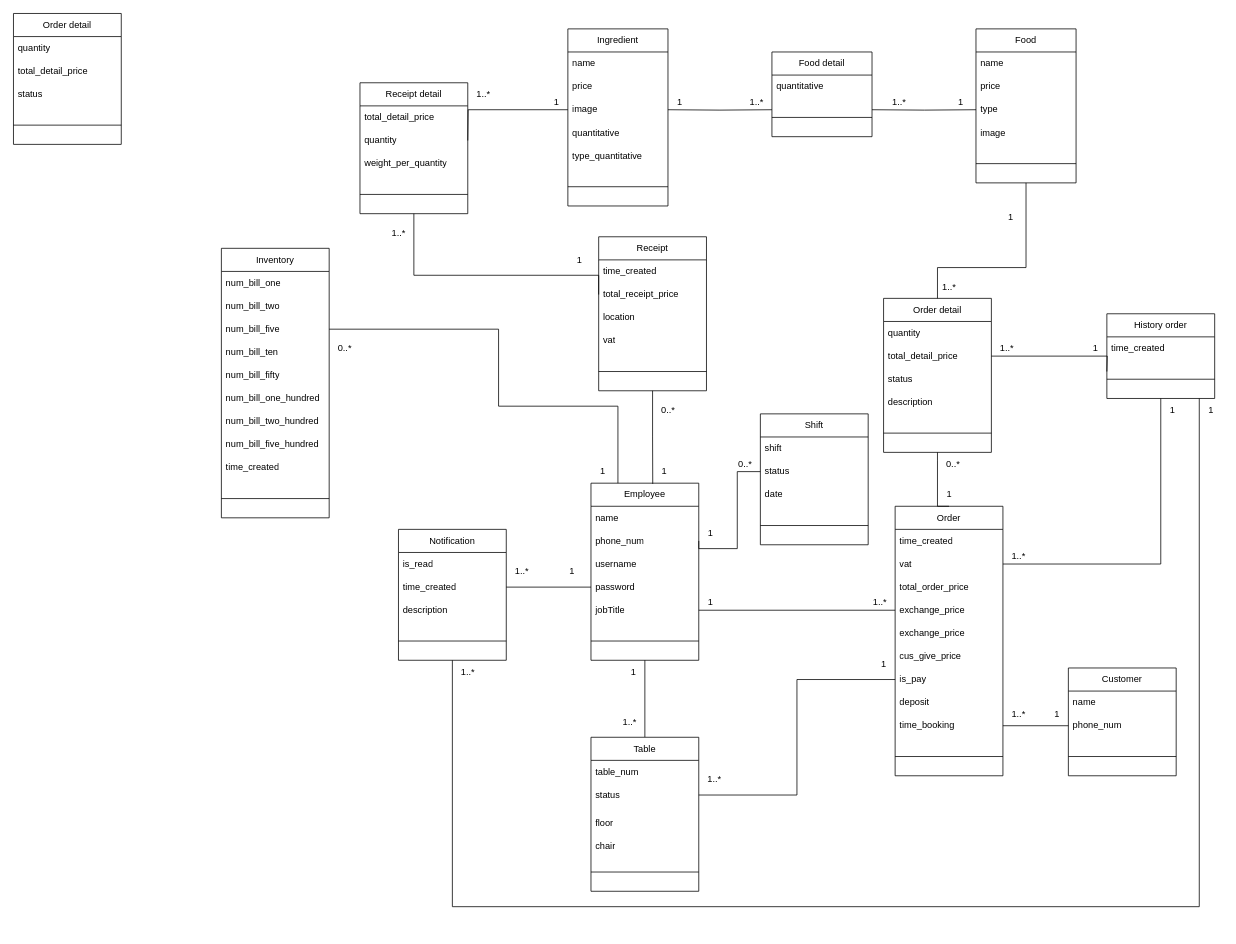
Above: class-diagram.drawio in MaiNhatHoangY2001/HLFood (draw.io), before the change. Source tidied: cells renumbered, new cells numbered last; positions are measured from the earlier drawing's top-left corner, leaving out a move shared by most shapes. Both pictures are drawn from the tidied source at 77%, with x=0, y=0 at pixel (13, 13).
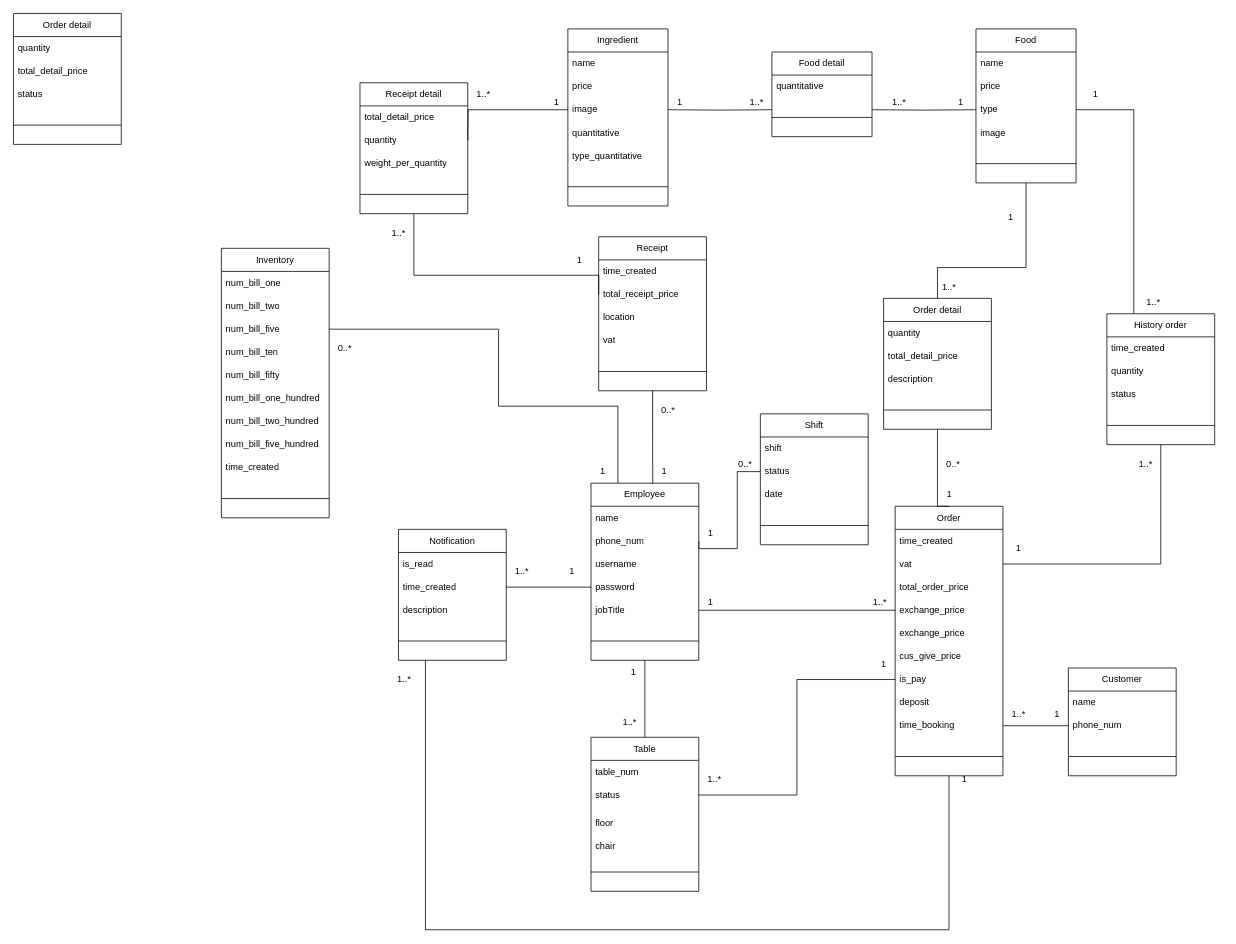
Above is the later version.

Commit message:
Cập nhật class-diagram.drawio

The change refers to these unchanged cells:
```xml
<mxCell id="12" value="type" style="text;strokeColor=none;fillColor=none;align=left;verticalAlign=middle;spacingLeft=4;spacingRight=4;overflow=hidden;points=[[0,0.5],[1,0.5]];portConstraint=eastwest;whiteSpace=wrap;html=1;" parent="9" vertex="1">
  <mxGeometry y="90" width="130" height="30" as="geometry" />
</mxCell>
<mxCell id="15" value="Order" style="swimlane;fontStyle=0;horizontal=1;startSize=30;whiteSpace=wrap;html=1;" parent="1" vertex="1">
  <mxGeometry x="1145" y="640" width="140" height="350" as="geometry" />
</mxCell>
<mxCell id="28" value="total_detail_price" style="text;strokeColor=none;fillColor=none;align=left;verticalAlign=middle;spacingLeft=4;spacingRight=4;overflow=hidden;points=[[0,0.5],[1,0.5]];portConstraint=eastwest;whiteSpace=wrap;html=1;" parent="26" vertex="1">
  <mxGeometry y="60" width="140" height="30" as="geometry" />
</mxCell>
<mxCell id="122" value="Notification" style="swimlane;fontStyle=0;horizontal=1;startSize=30;whiteSpace=wrap;html=1;" parent="1" vertex="1">
  <mxGeometry x="500" y="670" width="140" height="170" as="geometry" />
</mxCell>
```

The edit, as a diff of the source:
```diff
@@
     <mxCell id="26" value="Order detail" style="swimlane;fontStyle=0;horizontal=1;startSize=30;whiteSpace=wrap;html=1;" parent="1" vertex="1">
-      <mxGeometry x="1130" y="370" width="140" height="200" as="geometry" />
+      <mxGeometry x="1130" y="370" width="140" height="170" as="geometry" />
     </mxCell>
@@
-    <mxCell id="29" value="status" style="text;strokeColor=none;fillColor=none;align=left;verticalAlign=middle;spacingLeft=4;spacingRight=4;overflow=hidden;whiteSpace=wrap;html=1;" parent="26" vertex="1">
-      <mxGeometry y="90" width="140" height="30" as="geometry" />
-    </mxCell>
     <mxCell id="30" value="description" style="text;strokeColor=none;fillColor=none;align=left;verticalAlign=middle;spacingLeft=4;spacingRight=4;overflow=hidden;whiteSpace=wrap;html=1;" parent="26" vertex="1">
-      <mxGeometry y="120" width="140" height="30" as="geometry" />
+      <mxGeometry y="90" width="140" height="30" as="geometry" />
     </mxCell>
     <mxCell id="31" style="line;html=1;strokeWidth=1;align=left;verticalAlign=middle;spacingTop=-1;spacingLeft=3;spacingRight=3;labelPosition=right;" parent="26" vertex="1">
-      <mxGeometry y="150" width="140" height="50" as="geometry" />
+      <mxGeometry y="120" width="140" height="50" as="geometry" />
     </mxCell>
@@
+    <mxCell id="143" style="edgeStyle=orthogonalEdgeStyle;rounded=0;jettySize=auto;html=1;exitX=0.25;exitY=0;exitDx=0;exitDy=0;entryX=1;entryY=0.5;entryDx=0;entryDy=0;endArrow=none;endFill=0;" parent="1" edge="1" source="100" target="12">
+      <mxGeometry relative="1" as="geometry" />
+    </mxCell>
     <mxCell id="100" value="History order" style="swimlane;fontStyle=0;horizontal=1;startSize=30;whiteSpace=wrap;html=1;" parent="1" vertex="1">
-      <mxGeometry x="1420" y="390" width="140" height="110" as="geometry" />
+      <mxGeometry x="1420" y="390" width="140" height="170" as="geometry" />
     </mxCell>
@@
+    <mxCell id="144" value="quantity" style="text;strokeColor=none;fillColor=none;align=left;verticalAlign=middle;spacingLeft=4;spacingRight=4;overflow=hidden;whiteSpace=wrap;html=1;" parent="100" vertex="1">
+      <mxGeometry y="60" width="140" height="30" as="geometry" />
+    </mxCell>
+    <mxCell id="29" value="status" style="text;strokeColor=none;fillColor=none;align=left;verticalAlign=middle;spacingLeft=4;spacingRight=4;overflow=hidden;whiteSpace=wrap;html=1;" parent="100" vertex="1">
+      <mxGeometry y="90" width="140" height="30" as="geometry" />
+    </mxCell>
     <mxCell id="102" style="line;html=1;strokeWidth=1;align=left;verticalAlign=middle;spacingTop=-1;spacingLeft=3;spacingRight=3;labelPosition=right;" parent="100" vertex="1">
-      <mxGeometry y="60" width="140" height="50" as="geometry" />
+      <mxGeometry y="120" width="140" height="50" as="geometry" />
     </mxCell>
-    <mxCell id="103" style="edgeStyle=orthogonalEdgeStyle;rounded=0;jettySize=auto;html=1;exitX=0;exitY=0.5;exitDx=0;exitDy=0;entryX=1;entryY=0.5;entryDx=0;entryDy=0;endArrow=none;endFill=0;" parent="1" edge="1" target="28">
-      <mxGeometry relative="1" as="geometry">
-        <mxPoint x="1420" y="465" as="sourcePoint" />
-      </mxGeometry>
-    </mxCell>
     <mxCell id="104" value="1" style="text;html=1;align=center;verticalAlign=middle;strokeColor=none;fillColor=none;" parent="1" vertex="1">
-      <mxGeometry x="1390" y="420" width="30" height="30" as="geometry" />
+      <mxGeometry x="1390" y="90" width="30" height="30" as="geometry" />
     </mxCell>
     <mxCell id="105" value="1..*" style="text;html=1;align=center;verticalAlign=middle;strokeColor=none;fillColor=none;" parent="1" vertex="1">
-      <mxGeometry x="1270" y="420" width="40" height="30" as="geometry" />
+      <mxGeometry x="1460" y="360" width="40" height="30" as="geometry" />
     </mxCell>
     <mxCell id="106" value="1" style="text;html=1;align=center;verticalAlign=middle;strokeColor=none;fillColor=none;" parent="1" vertex="1">
-      <mxGeometry x="1490" y="500" width="30" height="30" as="geometry" />
+      <mxGeometry x="1290" y="680" width="30" height="30" as="geometry" />
     </mxCell>
@@
-    <mxCell id="121" style="edgeStyle=orthogonalEdgeStyle;rounded=0;jettySize=auto;html=1;exitX=0.5;exitY=1;exitDx=0;exitDy=0;endArrow=none;endFill=0;" parent="1" edge="1" source="122">
-      <mxGeometry relative="1" as="geometry">
-        <mxPoint x="1540" y="500" as="targetPoint" />
-        <Array as="points">
-          <mxPoint x="570" y="1160" />
-          <mxPoint x="1540" y="1160" />
-        </Array>
-      </mxGeometry>
-    </mxCell>
+    <mxCell id="145" style="edgeStyle=orthogonalEdgeStyle;rounded=0;jettySize=auto;html=1;exitX=0.25;exitY=1;exitDx=0;exitDy=0;entryX=0.5;entryY=1;entryDx=0;entryDy=0;endArrow=none;endFill=0;" parent="1" edge="1" source="122" target="15">
+      <mxGeometry relative="1" as="geometry">
+        <Array as="points">
+          <mxPoint x="535" y="1190" />
+          <mxPoint x="1215" y="1190" />
+        </Array>
+      </mxGeometry>
+    </mxCell>
@@
     <mxCell id="127" value="1..*" style="text;html=1;align=center;verticalAlign=middle;strokeColor=none;fillColor=none;" parent="1" vertex="1">
-      <mxGeometry x="1285" y="690" width="40" height="30" as="geometry" />
+      <mxGeometry x="1450" y="570" width="40" height="30" as="geometry" />
     </mxCell>
@@
     <mxCell id="138" value="1" style="text;html=1;align=center;verticalAlign=middle;strokeColor=none;fillColor=none;" parent="1" vertex="1">
-      <mxGeometry x="1540" y="500" width="30" height="30" as="geometry" />
+      <mxGeometry x="1220" y="980" width="30" height="30" as="geometry" />
     </mxCell>
@@
     <mxCell id="141" value="1..*" style="text;html=1;align=center;verticalAlign=middle;strokeColor=none;fillColor=none;" parent="1" vertex="1">
-      <mxGeometry x="570" y="840" width="40" height="30" as="geometry" />
+      <mxGeometry x="487" y="850" width="40" height="30" as="geometry" />
     </mxCell>
```
